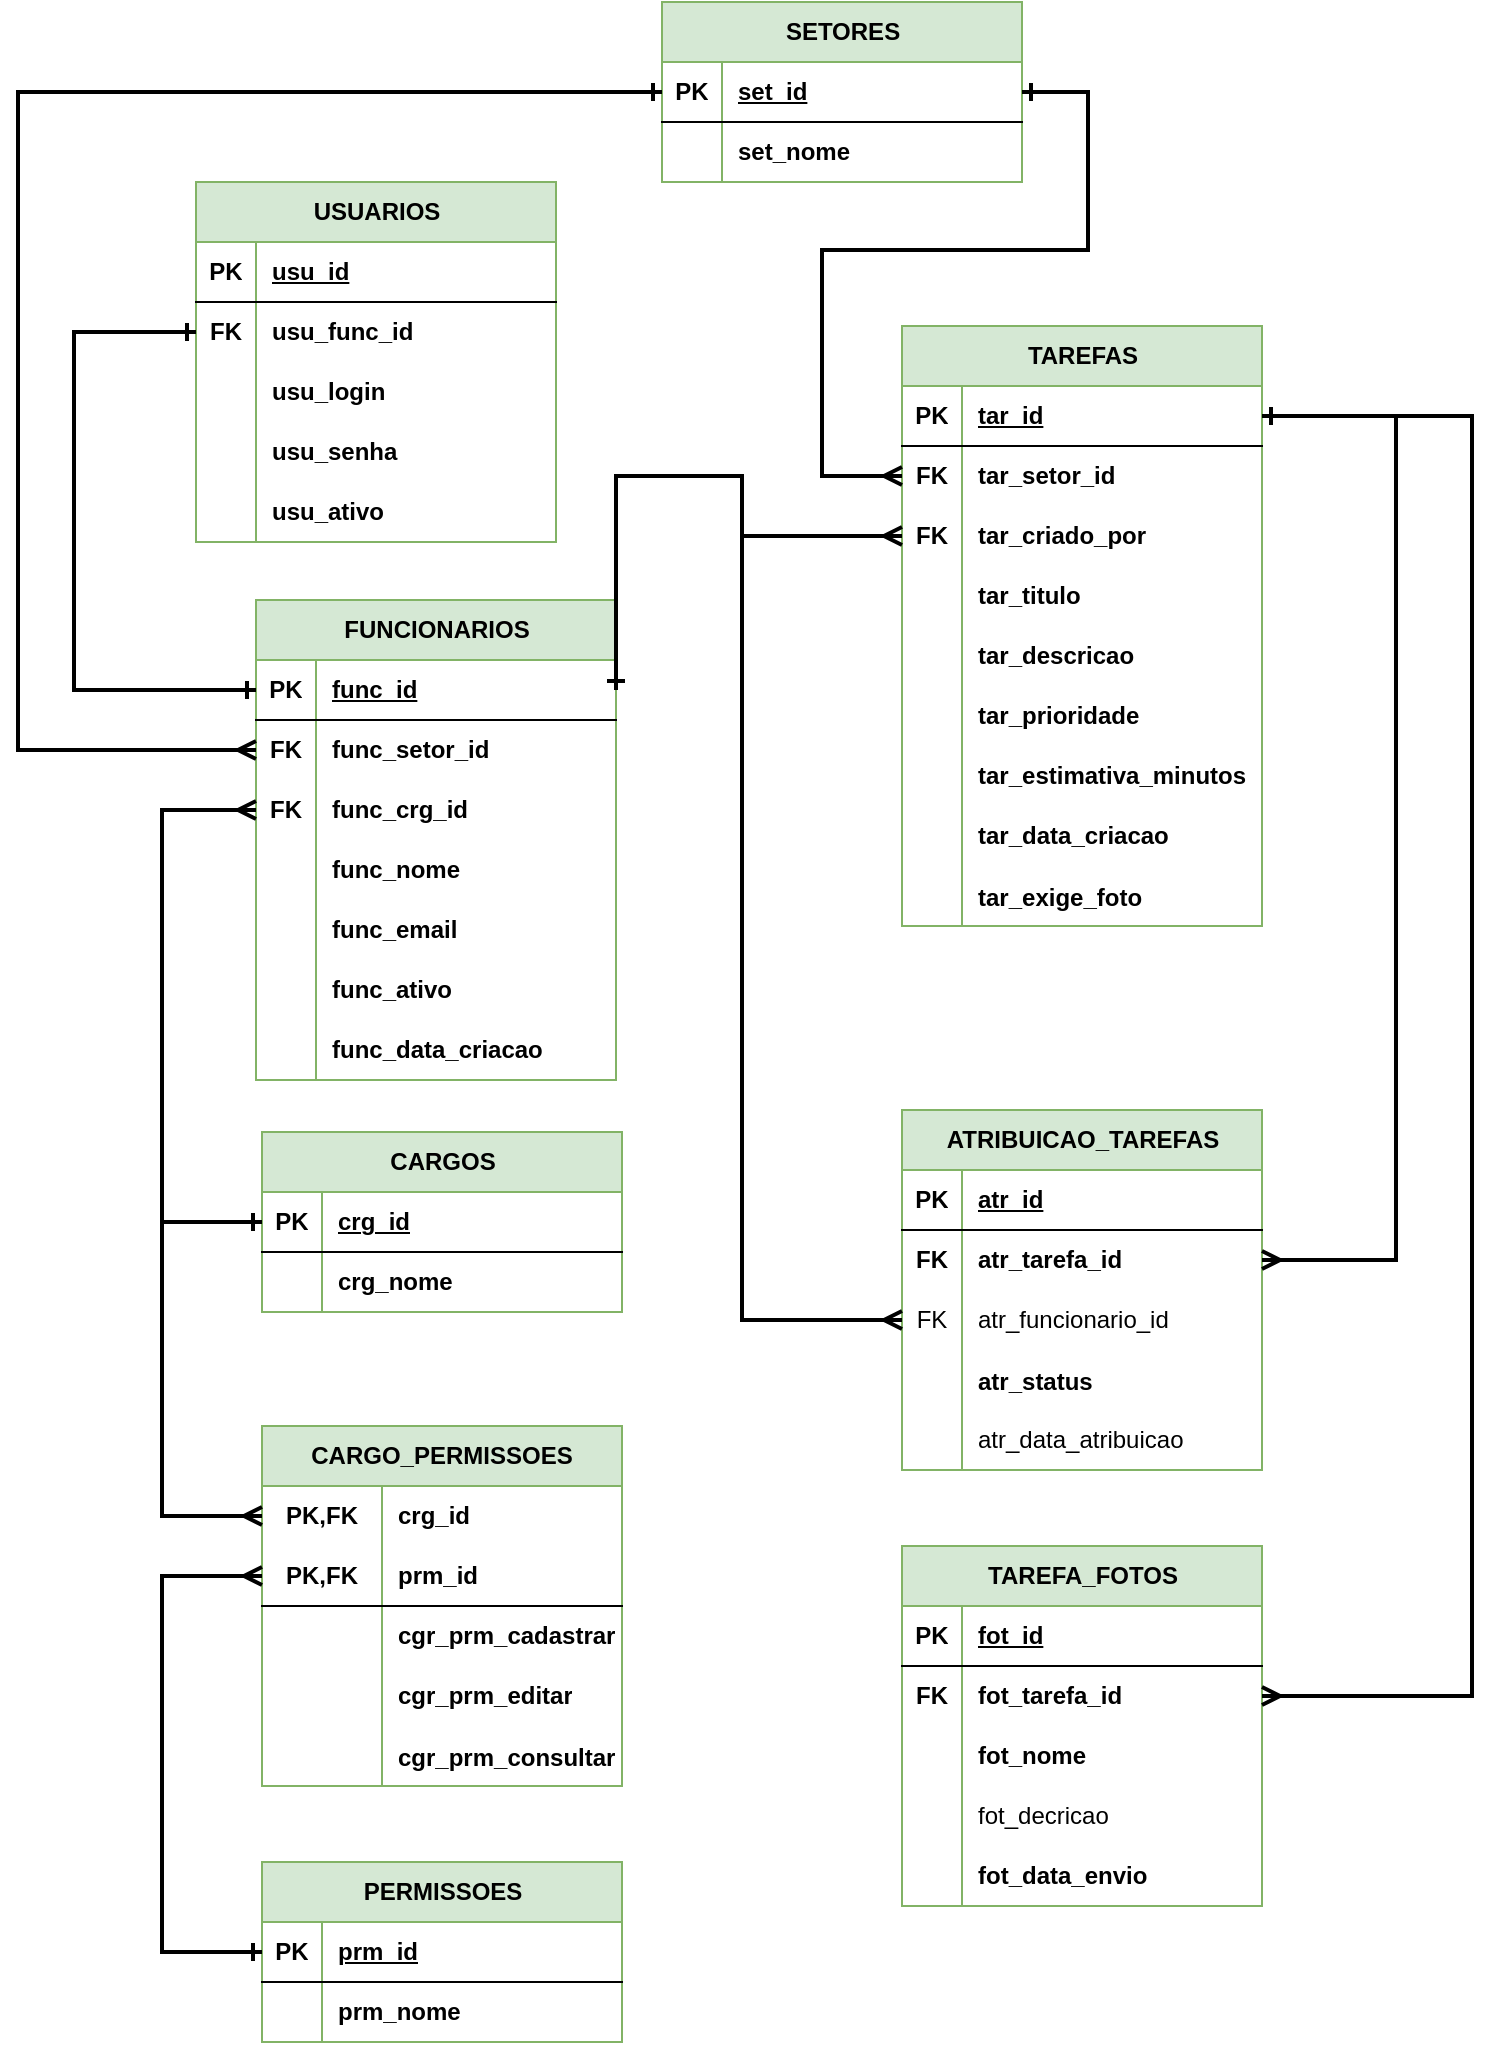
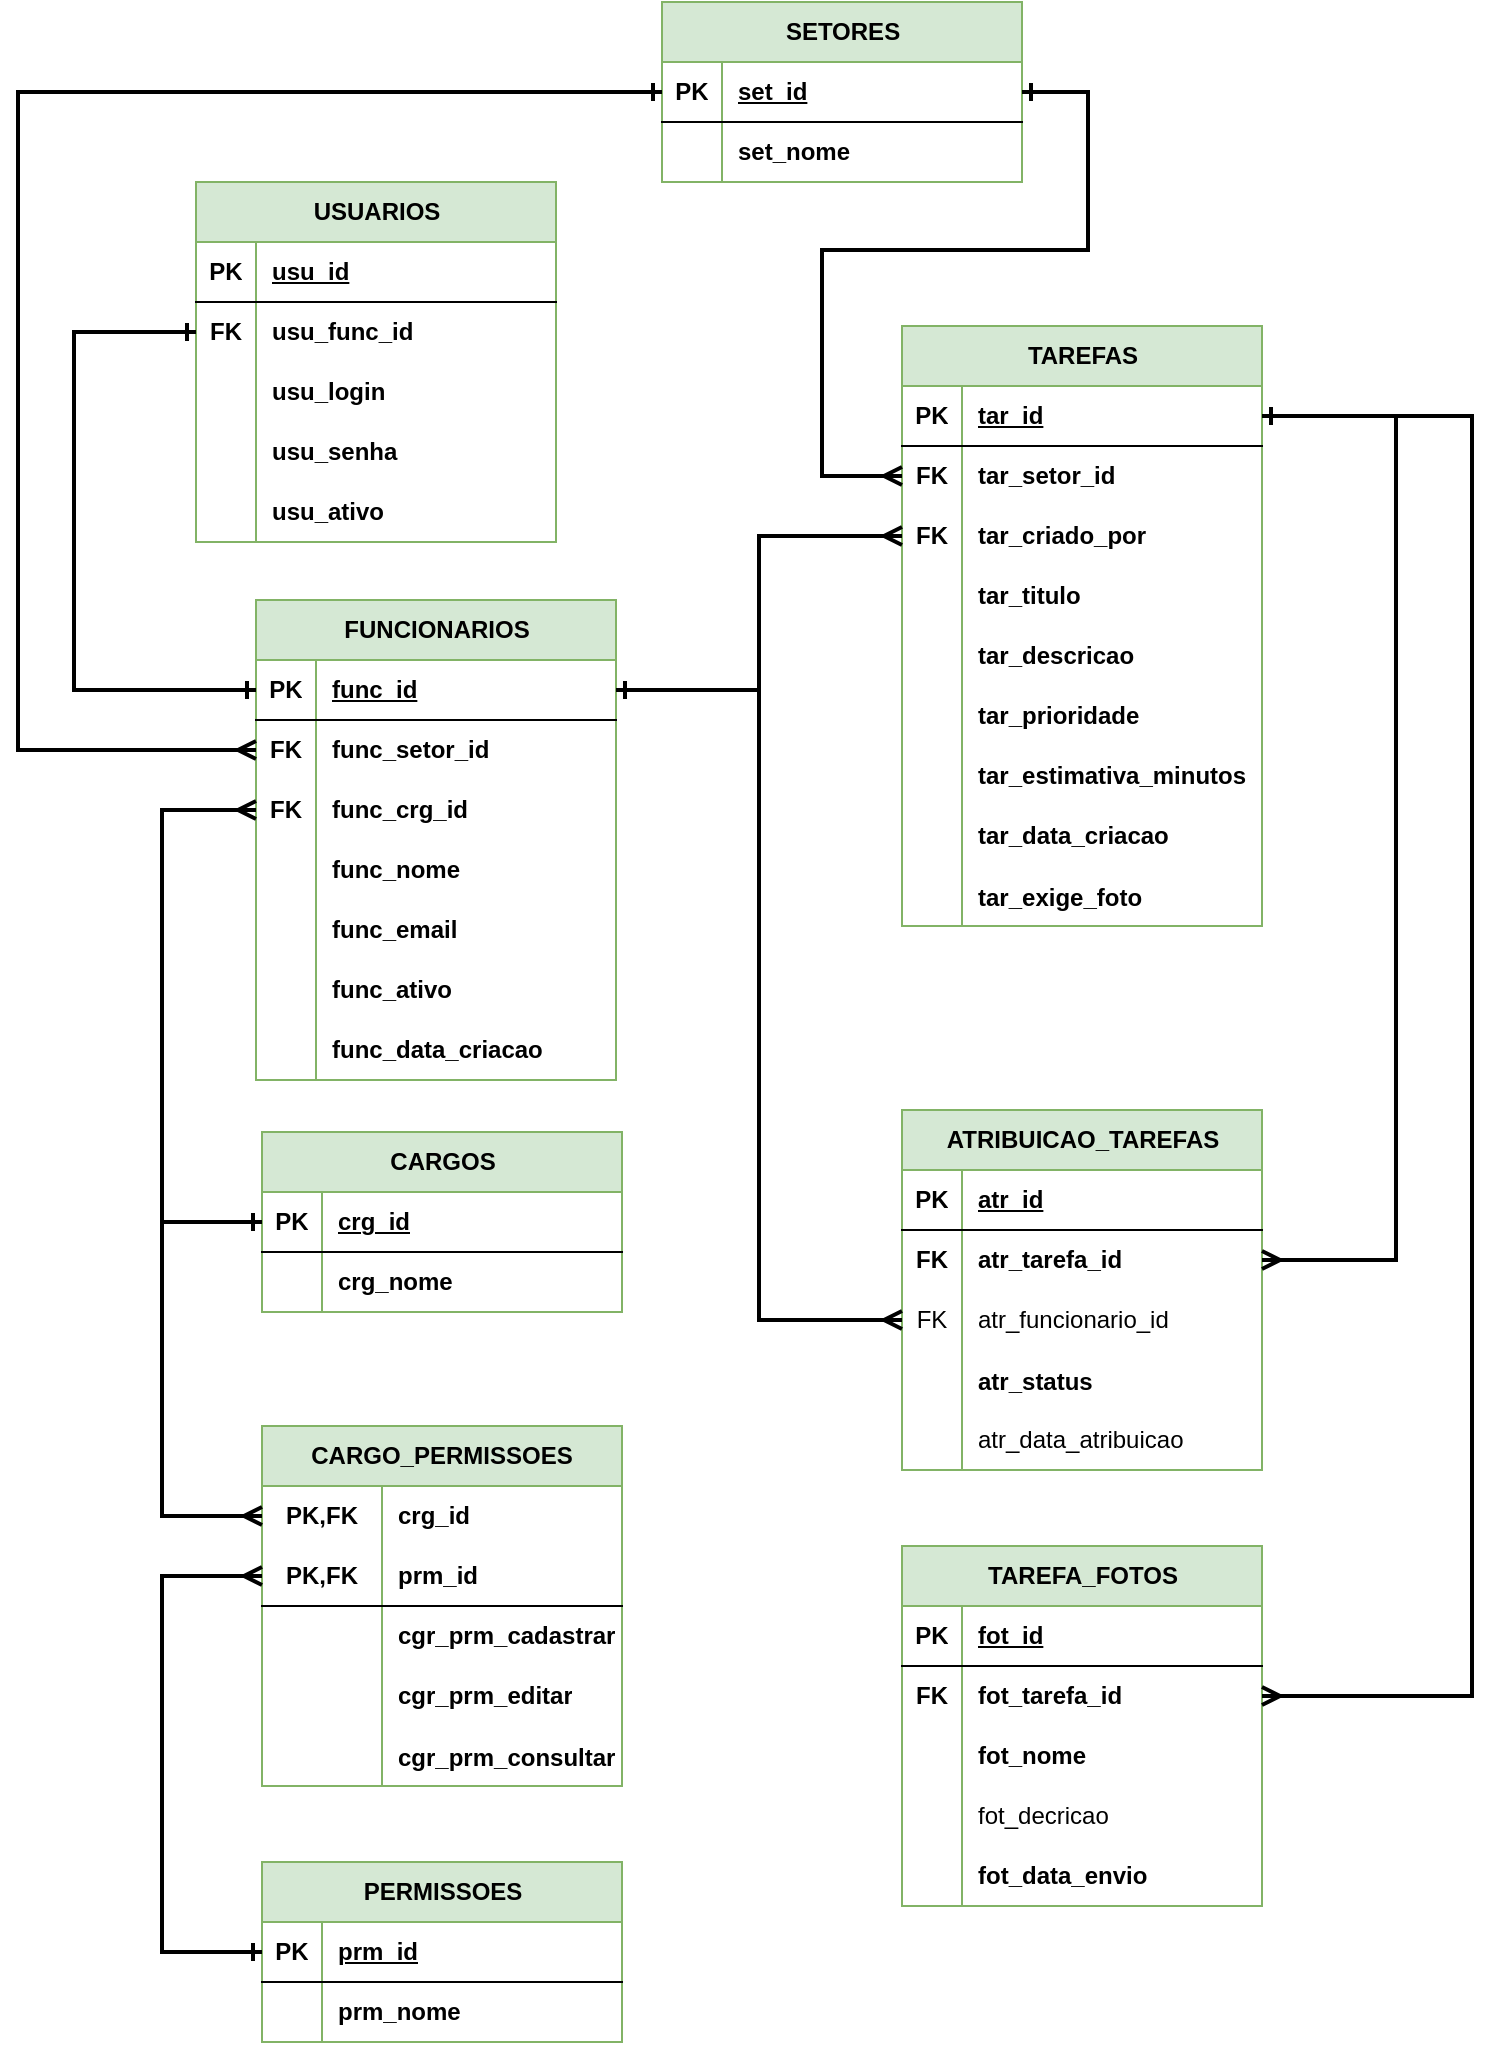
<mxfile host="app.diagrams.net" agent="Mozilla/5.0 (Windows NT 10.0; Win64; x64) AppleWebKit/537.36 (KHTML, like Gecko) Chrome/141.0.0.0 Safari/537.36">
  <diagram name="Page-1" id="tdLFEsNiTY2N0Qm3u20K">
    <mxGraphModel dx="1178" dy="1719" grid="0" gridSize="10" guides="1" tooltips="1" connect="1" arrows="1" fold="1" page="1" pageScale="1" pageWidth="850" pageHeight="1100" math="0" shadow="0">
      <root>
        <mxCell id="0" />
        <mxCell id="1" parent="0" />
        <mxCell id="zndUY75Ssu5RbvIsFqk3-79" parent="1" style="shape=table;startSize=30;container=1;collapsible=1;childLayout=tableLayout;fixedRows=1;rowLines=0;fontStyle=1;align=center;resizeLast=1;html=1;fillColor=#d5e8d4;strokeColor=#82b366;" value="FUNCIONARIOS" vertex="1">
          <mxGeometry height="240" width="180" x="132" y="-763" as="geometry" />
        </mxCell>
        <mxCell id="zndUY75Ssu5RbvIsFqk3-80" parent="zndUY75Ssu5RbvIsFqk3-79" style="shape=tableRow;horizontal=0;startSize=0;swimlaneHead=0;swimlaneBody=0;fillColor=none;collapsible=0;dropTarget=0;points=[[0,0.5],[1,0.5]];portConstraint=eastwest;top=0;left=0;right=0;bottom=1;" value="" vertex="1">
          <mxGeometry height="30" width="180" y="30" as="geometry" />
        </mxCell>
        <mxCell id="zndUY75Ssu5RbvIsFqk3-81" parent="zndUY75Ssu5RbvIsFqk3-80" style="shape=partialRectangle;connectable=0;fillColor=none;top=0;left=0;bottom=0;right=0;fontStyle=1;overflow=hidden;whiteSpace=wrap;html=1;" value="PK" vertex="1">
          <mxGeometry height="30" width="30" as="geometry">
            <mxRectangle height="30" width="30" as="alternateBounds" />
          </mxGeometry>
        </mxCell>
        <mxCell id="zndUY75Ssu5RbvIsFqk3-82" parent="zndUY75Ssu5RbvIsFqk3-80" style="shape=partialRectangle;connectable=0;fillColor=none;top=0;left=0;bottom=0;right=0;align=left;spacingLeft=6;fontStyle=5;overflow=hidden;whiteSpace=wrap;html=1;" value="func_id" vertex="1">
          <mxGeometry height="30" width="150" x="30" as="geometry">
            <mxRectangle height="30" width="150" as="alternateBounds" />
          </mxGeometry>
        </mxCell>
        <mxCell id="zndUY75Ssu5RbvIsFqk3-83" parent="zndUY75Ssu5RbvIsFqk3-79" style="shape=tableRow;horizontal=0;startSize=0;swimlaneHead=0;swimlaneBody=0;fillColor=none;collapsible=0;dropTarget=0;points=[[0,0.5],[1,0.5]];portConstraint=eastwest;top=0;left=0;right=0;bottom=0;" value="" vertex="1">
          <mxGeometry height="30" width="180" y="60" as="geometry" />
        </mxCell>
        <mxCell id="zndUY75Ssu5RbvIsFqk3-84" parent="zndUY75Ssu5RbvIsFqk3-83" style="shape=partialRectangle;connectable=0;fillColor=none;top=0;left=0;bottom=0;right=0;editable=1;overflow=hidden;whiteSpace=wrap;html=1;" value="&lt;b&gt;FK&lt;/b&gt;" vertex="1">
          <mxGeometry height="30" width="30" as="geometry">
            <mxRectangle height="30" width="30" as="alternateBounds" />
          </mxGeometry>
        </mxCell>
        <mxCell id="zndUY75Ssu5RbvIsFqk3-85" parent="zndUY75Ssu5RbvIsFqk3-83" style="shape=partialRectangle;connectable=0;fillColor=none;top=0;left=0;bottom=0;right=0;align=left;spacingLeft=6;overflow=hidden;whiteSpace=wrap;html=1;" value="&lt;b&gt;func_setor_id&lt;/b&gt;" vertex="1">
          <mxGeometry height="30" width="150" x="30" as="geometry">
            <mxRectangle height="30" width="150" as="alternateBounds" />
          </mxGeometry>
        </mxCell>
        <mxCell id="zndUY75Ssu5RbvIsFqk3-86" parent="zndUY75Ssu5RbvIsFqk3-79" style="shape=tableRow;horizontal=0;startSize=0;swimlaneHead=0;swimlaneBody=0;fillColor=none;collapsible=0;dropTarget=0;points=[[0,0.5],[1,0.5]];portConstraint=eastwest;top=0;left=0;right=0;bottom=0;" value="" vertex="1">
          <mxGeometry height="30" width="180" y="90" as="geometry" />
        </mxCell>
        <mxCell id="zndUY75Ssu5RbvIsFqk3-87" parent="zndUY75Ssu5RbvIsFqk3-86" style="shape=partialRectangle;connectable=0;fillColor=none;top=0;left=0;bottom=0;right=0;editable=1;overflow=hidden;whiteSpace=wrap;html=1;" value="&lt;b&gt;FK&lt;/b&gt;" vertex="1">
          <mxGeometry height="30" width="30" as="geometry">
            <mxRectangle height="30" width="30" as="alternateBounds" />
          </mxGeometry>
        </mxCell>
        <mxCell id="zndUY75Ssu5RbvIsFqk3-88" parent="zndUY75Ssu5RbvIsFqk3-86" style="shape=partialRectangle;connectable=0;fillColor=none;top=0;left=0;bottom=0;right=0;align=left;spacingLeft=6;overflow=hidden;whiteSpace=wrap;html=1;" value="&lt;b&gt;func_crg_id&lt;/b&gt;" vertex="1">
          <mxGeometry height="30" width="150" x="30" as="geometry">
            <mxRectangle height="30" width="150" as="alternateBounds" />
          </mxGeometry>
        </mxCell>
        <mxCell id="zndUY75Ssu5RbvIsFqk3-89" parent="zndUY75Ssu5RbvIsFqk3-79" style="shape=tableRow;horizontal=0;startSize=0;swimlaneHead=0;swimlaneBody=0;fillColor=none;collapsible=0;dropTarget=0;points=[[0,0.5],[1,0.5]];portConstraint=eastwest;top=0;left=0;right=0;bottom=0;" value="" vertex="1">
          <mxGeometry height="30" width="180" y="120" as="geometry" />
        </mxCell>
        <mxCell id="zndUY75Ssu5RbvIsFqk3-90" parent="zndUY75Ssu5RbvIsFqk3-89" style="shape=partialRectangle;connectable=0;fillColor=none;top=0;left=0;bottom=0;right=0;editable=1;overflow=hidden;whiteSpace=wrap;html=1;" value="" vertex="1">
          <mxGeometry height="30" width="30" as="geometry">
            <mxRectangle height="30" width="30" as="alternateBounds" />
          </mxGeometry>
        </mxCell>
        <mxCell id="zndUY75Ssu5RbvIsFqk3-91" parent="zndUY75Ssu5RbvIsFqk3-89" style="shape=partialRectangle;connectable=0;fillColor=none;top=0;left=0;bottom=0;right=0;align=left;spacingLeft=6;overflow=hidden;whiteSpace=wrap;html=1;" value="&lt;b&gt;func_nome&lt;/b&gt;" vertex="1">
          <mxGeometry height="30" width="150" x="30" as="geometry">
            <mxRectangle height="30" width="150" as="alternateBounds" />
          </mxGeometry>
        </mxCell>
        <mxCell id="zndUY75Ssu5RbvIsFqk3-101" parent="zndUY75Ssu5RbvIsFqk3-79" style="shape=tableRow;horizontal=0;startSize=0;swimlaneHead=0;swimlaneBody=0;fillColor=none;collapsible=0;dropTarget=0;points=[[0,0.5],[1,0.5]];portConstraint=eastwest;top=0;left=0;right=0;bottom=0;" vertex="1">
          <mxGeometry height="30" width="180" y="150" as="geometry" />
        </mxCell>
        <mxCell id="zndUY75Ssu5RbvIsFqk3-102" parent="zndUY75Ssu5RbvIsFqk3-101" style="shape=partialRectangle;connectable=0;fillColor=none;top=0;left=0;bottom=0;right=0;editable=1;overflow=hidden;whiteSpace=wrap;html=1;" vertex="1">
          <mxGeometry height="30" width="30" as="geometry">
            <mxRectangle height="30" width="30" as="alternateBounds" />
          </mxGeometry>
        </mxCell>
        <mxCell id="zndUY75Ssu5RbvIsFqk3-103" parent="zndUY75Ssu5RbvIsFqk3-101" style="shape=partialRectangle;connectable=0;fillColor=none;top=0;left=0;bottom=0;right=0;align=left;spacingLeft=6;overflow=hidden;whiteSpace=wrap;html=1;" value="&lt;b&gt;func_email&lt;/b&gt;" vertex="1">
          <mxGeometry height="30" width="150" x="30" as="geometry">
            <mxRectangle height="30" width="150" as="alternateBounds" />
          </mxGeometry>
        </mxCell>
        <mxCell id="zndUY75Ssu5RbvIsFqk3-110" parent="zndUY75Ssu5RbvIsFqk3-79" style="shape=tableRow;horizontal=0;startSize=0;swimlaneHead=0;swimlaneBody=0;fillColor=none;collapsible=0;dropTarget=0;points=[[0,0.5],[1,0.5]];portConstraint=eastwest;top=0;left=0;right=0;bottom=0;" vertex="1">
          <mxGeometry height="30" width="180" y="180" as="geometry" />
        </mxCell>
        <mxCell id="zndUY75Ssu5RbvIsFqk3-111" parent="zndUY75Ssu5RbvIsFqk3-110" style="shape=partialRectangle;connectable=0;fillColor=none;top=0;left=0;bottom=0;right=0;editable=1;overflow=hidden;whiteSpace=wrap;html=1;" vertex="1">
          <mxGeometry height="30" width="30" as="geometry">
            <mxRectangle height="30" width="30" as="alternateBounds" />
          </mxGeometry>
        </mxCell>
        <mxCell id="zndUY75Ssu5RbvIsFqk3-112" parent="zndUY75Ssu5RbvIsFqk3-110" style="shape=partialRectangle;connectable=0;fillColor=none;top=0;left=0;bottom=0;right=0;align=left;spacingLeft=6;overflow=hidden;whiteSpace=wrap;html=1;" value="&lt;b&gt;func_ativo&lt;/b&gt;" vertex="1">
          <mxGeometry height="30" width="150" x="30" as="geometry">
            <mxRectangle height="30" width="150" as="alternateBounds" />
          </mxGeometry>
        </mxCell>
        <mxCell id="zndUY75Ssu5RbvIsFqk3-113" parent="zndUY75Ssu5RbvIsFqk3-79" style="shape=tableRow;horizontal=0;startSize=0;swimlaneHead=0;swimlaneBody=0;fillColor=none;collapsible=0;dropTarget=0;points=[[0,0.5],[1,0.5]];portConstraint=eastwest;top=0;left=0;right=0;bottom=0;" vertex="1">
          <mxGeometry height="30" width="180" y="210" as="geometry" />
        </mxCell>
        <mxCell id="zndUY75Ssu5RbvIsFqk3-114" parent="zndUY75Ssu5RbvIsFqk3-113" style="shape=partialRectangle;connectable=0;fillColor=none;top=0;left=0;bottom=0;right=0;editable=1;overflow=hidden;whiteSpace=wrap;html=1;" vertex="1">
          <mxGeometry height="30" width="30" as="geometry">
            <mxRectangle height="30" width="30" as="alternateBounds" />
          </mxGeometry>
        </mxCell>
        <mxCell id="zndUY75Ssu5RbvIsFqk3-115" parent="zndUY75Ssu5RbvIsFqk3-113" style="shape=partialRectangle;connectable=0;fillColor=none;top=0;left=0;bottom=0;right=0;align=left;spacingLeft=6;overflow=hidden;whiteSpace=wrap;html=1;" value="&lt;b&gt;func_data_criacao&lt;/b&gt;" vertex="1">
          <mxGeometry height="30" width="150" x="30" as="geometry">
            <mxRectangle height="30" width="150" as="alternateBounds" />
          </mxGeometry>
        </mxCell>
        <mxCell id="zndUY75Ssu5RbvIsFqk3-116" parent="1" style="shape=table;startSize=30;container=1;collapsible=1;childLayout=tableLayout;fixedRows=1;rowLines=0;fontStyle=1;align=center;resizeLast=1;html=1;fillColor=#d5e8d4;strokeColor=#82b366;" value="CARGOS" vertex="1">
          <mxGeometry height="90" width="180" x="135" y="-497" as="geometry" />
        </mxCell>
        <mxCell id="zndUY75Ssu5RbvIsFqk3-117" parent="zndUY75Ssu5RbvIsFqk3-116" style="shape=tableRow;horizontal=0;startSize=0;swimlaneHead=0;swimlaneBody=0;fillColor=none;collapsible=0;dropTarget=0;points=[[0,0.5],[1,0.5]];portConstraint=eastwest;top=0;left=0;right=0;bottom=1;" value="" vertex="1">
          <mxGeometry height="30" width="180" y="30" as="geometry" />
        </mxCell>
        <mxCell id="zndUY75Ssu5RbvIsFqk3-118" parent="zndUY75Ssu5RbvIsFqk3-117" style="shape=partialRectangle;connectable=0;fillColor=none;top=0;left=0;bottom=0;right=0;fontStyle=1;overflow=hidden;whiteSpace=wrap;html=1;" value="PK" vertex="1">
          <mxGeometry height="30" width="30" as="geometry">
            <mxRectangle height="30" width="30" as="alternateBounds" />
          </mxGeometry>
        </mxCell>
        <mxCell id="zndUY75Ssu5RbvIsFqk3-119" parent="zndUY75Ssu5RbvIsFqk3-117" style="shape=partialRectangle;connectable=0;fillColor=none;top=0;left=0;bottom=0;right=0;align=left;spacingLeft=6;fontStyle=5;overflow=hidden;whiteSpace=wrap;html=1;" value="crg_id" vertex="1">
          <mxGeometry height="30" width="150" x="30" as="geometry">
            <mxRectangle height="30" width="150" as="alternateBounds" />
          </mxGeometry>
        </mxCell>
        <mxCell id="zndUY75Ssu5RbvIsFqk3-120" parent="zndUY75Ssu5RbvIsFqk3-116" style="shape=tableRow;horizontal=0;startSize=0;swimlaneHead=0;swimlaneBody=0;fillColor=none;collapsible=0;dropTarget=0;points=[[0,0.5],[1,0.5]];portConstraint=eastwest;top=0;left=0;right=0;bottom=0;" value="" vertex="1">
          <mxGeometry height="30" width="180" y="60" as="geometry" />
        </mxCell>
        <mxCell id="zndUY75Ssu5RbvIsFqk3-121" parent="zndUY75Ssu5RbvIsFqk3-120" style="shape=partialRectangle;connectable=0;fillColor=none;top=0;left=0;bottom=0;right=0;editable=1;overflow=hidden;whiteSpace=wrap;html=1;" value="" vertex="1">
          <mxGeometry height="30" width="30" as="geometry">
            <mxRectangle height="30" width="30" as="alternateBounds" />
          </mxGeometry>
        </mxCell>
        <mxCell id="zndUY75Ssu5RbvIsFqk3-122" parent="zndUY75Ssu5RbvIsFqk3-120" style="shape=partialRectangle;connectable=0;fillColor=none;top=0;left=0;bottom=0;right=0;align=left;spacingLeft=6;overflow=hidden;whiteSpace=wrap;html=1;" value="&lt;span style=&quot;font-weight: 700;&quot;&gt;crg_nome&lt;/span&gt;" vertex="1">
          <mxGeometry height="30" width="150" x="30" as="geometry">
            <mxRectangle height="30" width="150" as="alternateBounds" />
          </mxGeometry>
        </mxCell>
        <mxCell id="zndUY75Ssu5RbvIsFqk3-129" parent="1" style="shape=table;startSize=30;container=1;collapsible=1;childLayout=tableLayout;fixedRows=1;rowLines=0;fontStyle=1;align=center;resizeLast=1;html=1;fillColor=#d5e8d4;strokeColor=#82b366;" value="SETORES" vertex="1">
          <mxGeometry height="90" width="180" x="335" y="-1062" as="geometry" />
        </mxCell>
        <mxCell id="zndUY75Ssu5RbvIsFqk3-130" parent="zndUY75Ssu5RbvIsFqk3-129" style="shape=tableRow;horizontal=0;startSize=0;swimlaneHead=0;swimlaneBody=0;fillColor=none;collapsible=0;dropTarget=0;points=[[0,0.5],[1,0.5]];portConstraint=eastwest;top=0;left=0;right=0;bottom=1;" value="" vertex="1">
          <mxGeometry height="30" width="180" y="30" as="geometry" />
        </mxCell>
        <mxCell id="zndUY75Ssu5RbvIsFqk3-131" parent="zndUY75Ssu5RbvIsFqk3-130" style="shape=partialRectangle;connectable=0;fillColor=none;top=0;left=0;bottom=0;right=0;fontStyle=1;overflow=hidden;whiteSpace=wrap;html=1;" value="PK" vertex="1">
          <mxGeometry height="30" width="30" as="geometry">
            <mxRectangle height="30" width="30" as="alternateBounds" />
          </mxGeometry>
        </mxCell>
        <mxCell id="zndUY75Ssu5RbvIsFqk3-132" parent="zndUY75Ssu5RbvIsFqk3-130" style="shape=partialRectangle;connectable=0;fillColor=none;top=0;left=0;bottom=0;right=0;align=left;spacingLeft=6;fontStyle=5;overflow=hidden;whiteSpace=wrap;html=1;" value="set_id" vertex="1">
          <mxGeometry height="30" width="150" x="30" as="geometry">
            <mxRectangle height="30" width="150" as="alternateBounds" />
          </mxGeometry>
        </mxCell>
        <mxCell id="zndUY75Ssu5RbvIsFqk3-133" parent="zndUY75Ssu5RbvIsFqk3-129" style="shape=tableRow;horizontal=0;startSize=0;swimlaneHead=0;swimlaneBody=0;fillColor=none;collapsible=0;dropTarget=0;points=[[0,0.5],[1,0.5]];portConstraint=eastwest;top=0;left=0;right=0;bottom=0;" value="" vertex="1">
          <mxGeometry height="30" width="180" y="60" as="geometry" />
        </mxCell>
        <mxCell id="zndUY75Ssu5RbvIsFqk3-134" parent="zndUY75Ssu5RbvIsFqk3-133" style="shape=partialRectangle;connectable=0;fillColor=none;top=0;left=0;bottom=0;right=0;editable=1;overflow=hidden;whiteSpace=wrap;html=1;" value="" vertex="1">
          <mxGeometry height="30" width="30" as="geometry">
            <mxRectangle height="30" width="30" as="alternateBounds" />
          </mxGeometry>
        </mxCell>
        <mxCell id="zndUY75Ssu5RbvIsFqk3-135" parent="zndUY75Ssu5RbvIsFqk3-133" style="shape=partialRectangle;connectable=0;fillColor=none;top=0;left=0;bottom=0;right=0;align=left;spacingLeft=6;overflow=hidden;whiteSpace=wrap;html=1;" value="&lt;span style=&quot;font-weight: 700;&quot;&gt;set_nome&lt;/span&gt;" vertex="1">
          <mxGeometry height="30" width="150" x="30" as="geometry">
            <mxRectangle height="30" width="150" as="alternateBounds" />
          </mxGeometry>
        </mxCell>
        <mxCell id="zndUY75Ssu5RbvIsFqk3-142" parent="1" style="shape=table;startSize=30;container=1;collapsible=1;childLayout=tableLayout;fixedRows=1;rowLines=0;fontStyle=1;align=center;resizeLast=1;html=1;fillColor=#d5e8d4;strokeColor=#82b366;" value="TAREFAS" vertex="1">
          <mxGeometry height="300" width="180" x="455" y="-900" as="geometry" />
        </mxCell>
        <mxCell id="zndUY75Ssu5RbvIsFqk3-143" parent="zndUY75Ssu5RbvIsFqk3-142" style="shape=tableRow;horizontal=0;startSize=0;swimlaneHead=0;swimlaneBody=0;fillColor=none;collapsible=0;dropTarget=0;points=[[0,0.5],[1,0.5]];portConstraint=eastwest;top=0;left=0;right=0;bottom=1;" value="" vertex="1">
          <mxGeometry height="30" width="180" y="30" as="geometry" />
        </mxCell>
        <mxCell id="zndUY75Ssu5RbvIsFqk3-144" parent="zndUY75Ssu5RbvIsFqk3-143" style="shape=partialRectangle;connectable=0;fillColor=none;top=0;left=0;bottom=0;right=0;fontStyle=1;overflow=hidden;whiteSpace=wrap;html=1;" value="PK" vertex="1">
          <mxGeometry height="30" width="30" as="geometry">
            <mxRectangle height="30" width="30" as="alternateBounds" />
          </mxGeometry>
        </mxCell>
        <mxCell id="zndUY75Ssu5RbvIsFqk3-145" parent="zndUY75Ssu5RbvIsFqk3-143" style="shape=partialRectangle;connectable=0;fillColor=none;top=0;left=0;bottom=0;right=0;align=left;spacingLeft=6;fontStyle=5;overflow=hidden;whiteSpace=wrap;html=1;" value="tar_id" vertex="1">
          <mxGeometry height="30" width="150" x="30" as="geometry">
            <mxRectangle height="30" width="150" as="alternateBounds" />
          </mxGeometry>
        </mxCell>
        <mxCell id="zndUY75Ssu5RbvIsFqk3-146" parent="zndUY75Ssu5RbvIsFqk3-142" style="shape=tableRow;horizontal=0;startSize=0;swimlaneHead=0;swimlaneBody=0;fillColor=none;collapsible=0;dropTarget=0;points=[[0,0.5],[1,0.5]];portConstraint=eastwest;top=0;left=0;right=0;bottom=0;" value="" vertex="1">
          <mxGeometry height="30" width="180" y="60" as="geometry" />
        </mxCell>
        <mxCell id="zndUY75Ssu5RbvIsFqk3-147" parent="zndUY75Ssu5RbvIsFqk3-146" style="shape=partialRectangle;connectable=0;fillColor=none;top=0;left=0;bottom=0;right=0;editable=1;overflow=hidden;whiteSpace=wrap;html=1;" value="&lt;b&gt;FK&lt;/b&gt;" vertex="1">
          <mxGeometry height="30" width="30" as="geometry">
            <mxRectangle height="30" width="30" as="alternateBounds" />
          </mxGeometry>
        </mxCell>
        <mxCell id="zndUY75Ssu5RbvIsFqk3-148" parent="zndUY75Ssu5RbvIsFqk3-146" style="shape=partialRectangle;connectable=0;fillColor=none;top=0;left=0;bottom=0;right=0;align=left;spacingLeft=6;overflow=hidden;whiteSpace=wrap;html=1;" value="&lt;b&gt;tar_setor_id&lt;/b&gt;" vertex="1">
          <mxGeometry height="30" width="150" x="30" as="geometry">
            <mxRectangle height="30" width="150" as="alternateBounds" />
          </mxGeometry>
        </mxCell>
        <mxCell id="zndUY75Ssu5RbvIsFqk3-149" parent="zndUY75Ssu5RbvIsFqk3-142" style="shape=tableRow;horizontal=0;startSize=0;swimlaneHead=0;swimlaneBody=0;fillColor=none;collapsible=0;dropTarget=0;points=[[0,0.5],[1,0.5]];portConstraint=eastwest;top=0;left=0;right=0;bottom=0;" value="" vertex="1">
          <mxGeometry height="30" width="180" y="90" as="geometry" />
        </mxCell>
        <mxCell id="zndUY75Ssu5RbvIsFqk3-150" parent="zndUY75Ssu5RbvIsFqk3-149" style="shape=partialRectangle;connectable=0;fillColor=none;top=0;left=0;bottom=0;right=0;editable=1;overflow=hidden;whiteSpace=wrap;html=1;" value="&lt;b&gt;FK&lt;/b&gt;" vertex="1">
          <mxGeometry height="30" width="30" as="geometry">
            <mxRectangle height="30" width="30" as="alternateBounds" />
          </mxGeometry>
        </mxCell>
        <mxCell id="zndUY75Ssu5RbvIsFqk3-151" parent="zndUY75Ssu5RbvIsFqk3-149" style="shape=partialRectangle;connectable=0;fillColor=none;top=0;left=0;bottom=0;right=0;align=left;spacingLeft=6;overflow=hidden;whiteSpace=wrap;html=1;" value="&lt;b&gt;tar_criado_por&lt;/b&gt;" vertex="1">
          <mxGeometry height="30" width="150" x="30" as="geometry">
            <mxRectangle height="30" width="150" as="alternateBounds" />
          </mxGeometry>
        </mxCell>
        <mxCell id="zndUY75Ssu5RbvIsFqk3-152" parent="zndUY75Ssu5RbvIsFqk3-142" style="shape=tableRow;horizontal=0;startSize=0;swimlaneHead=0;swimlaneBody=0;fillColor=none;collapsible=0;dropTarget=0;points=[[0,0.5],[1,0.5]];portConstraint=eastwest;top=0;left=0;right=0;bottom=0;" value="" vertex="1">
          <mxGeometry height="30" width="180" y="120" as="geometry" />
        </mxCell>
        <mxCell id="zndUY75Ssu5RbvIsFqk3-153" parent="zndUY75Ssu5RbvIsFqk3-152" style="shape=partialRectangle;connectable=0;fillColor=none;top=0;left=0;bottom=0;right=0;editable=1;overflow=hidden;whiteSpace=wrap;html=1;" value="" vertex="1">
          <mxGeometry height="30" width="30" as="geometry">
            <mxRectangle height="30" width="30" as="alternateBounds" />
          </mxGeometry>
        </mxCell>
        <mxCell id="zndUY75Ssu5RbvIsFqk3-154" parent="zndUY75Ssu5RbvIsFqk3-152" style="shape=partialRectangle;connectable=0;fillColor=none;top=0;left=0;bottom=0;right=0;align=left;spacingLeft=6;overflow=hidden;whiteSpace=wrap;html=1;" value="&lt;b&gt;tar_titulo&lt;/b&gt;" vertex="1">
          <mxGeometry height="30" width="150" x="30" as="geometry">
            <mxRectangle height="30" width="150" as="alternateBounds" />
          </mxGeometry>
        </mxCell>
        <mxCell id="zndUY75Ssu5RbvIsFqk3-155" parent="zndUY75Ssu5RbvIsFqk3-142" style="shape=tableRow;horizontal=0;startSize=0;swimlaneHead=0;swimlaneBody=0;fillColor=none;collapsible=0;dropTarget=0;points=[[0,0.5],[1,0.5]];portConstraint=eastwest;top=0;left=0;right=0;bottom=0;" vertex="1">
          <mxGeometry height="30" width="180" y="150" as="geometry" />
        </mxCell>
        <mxCell id="zndUY75Ssu5RbvIsFqk3-156" parent="zndUY75Ssu5RbvIsFqk3-155" style="shape=partialRectangle;connectable=0;fillColor=none;top=0;left=0;bottom=0;right=0;editable=1;overflow=hidden;whiteSpace=wrap;html=1;" vertex="1">
          <mxGeometry height="30" width="30" as="geometry">
            <mxRectangle height="30" width="30" as="alternateBounds" />
          </mxGeometry>
        </mxCell>
        <mxCell id="zndUY75Ssu5RbvIsFqk3-157" parent="zndUY75Ssu5RbvIsFqk3-155" style="shape=partialRectangle;connectable=0;fillColor=none;top=0;left=0;bottom=0;right=0;align=left;spacingLeft=6;overflow=hidden;whiteSpace=wrap;html=1;" value="&lt;b&gt;tar_descricao&lt;/b&gt;" vertex="1">
          <mxGeometry height="30" width="150" x="30" as="geometry">
            <mxRectangle height="30" width="150" as="alternateBounds" />
          </mxGeometry>
        </mxCell>
        <mxCell id="zndUY75Ssu5RbvIsFqk3-158" parent="zndUY75Ssu5RbvIsFqk3-142" style="shape=tableRow;horizontal=0;startSize=0;swimlaneHead=0;swimlaneBody=0;fillColor=none;collapsible=0;dropTarget=0;points=[[0,0.5],[1,0.5]];portConstraint=eastwest;top=0;left=0;right=0;bottom=0;" vertex="1">
          <mxGeometry height="30" width="180" y="180" as="geometry" />
        </mxCell>
        <mxCell id="zndUY75Ssu5RbvIsFqk3-159" parent="zndUY75Ssu5RbvIsFqk3-158" style="shape=partialRectangle;connectable=0;fillColor=none;top=0;left=0;bottom=0;right=0;editable=1;overflow=hidden;whiteSpace=wrap;html=1;" vertex="1">
          <mxGeometry height="30" width="30" as="geometry">
            <mxRectangle height="30" width="30" as="alternateBounds" />
          </mxGeometry>
        </mxCell>
        <mxCell id="zndUY75Ssu5RbvIsFqk3-160" parent="zndUY75Ssu5RbvIsFqk3-158" style="shape=partialRectangle;connectable=0;fillColor=none;top=0;left=0;bottom=0;right=0;align=left;spacingLeft=6;overflow=hidden;whiteSpace=wrap;html=1;" value="&lt;b&gt;tar_prioridade&lt;/b&gt;" vertex="1">
          <mxGeometry height="30" width="150" x="30" as="geometry">
            <mxRectangle height="30" width="150" as="alternateBounds" />
          </mxGeometry>
        </mxCell>
        <mxCell id="zndUY75Ssu5RbvIsFqk3-167" parent="zndUY75Ssu5RbvIsFqk3-142" style="shape=tableRow;horizontal=0;startSize=0;swimlaneHead=0;swimlaneBody=0;fillColor=none;collapsible=0;dropTarget=0;points=[[0,0.5],[1,0.5]];portConstraint=eastwest;top=0;left=0;right=0;bottom=0;" vertex="1">
          <mxGeometry height="30" width="180" y="210" as="geometry" />
        </mxCell>
        <mxCell id="zndUY75Ssu5RbvIsFqk3-168" parent="zndUY75Ssu5RbvIsFqk3-167" style="shape=partialRectangle;connectable=0;fillColor=none;top=0;left=0;bottom=0;right=0;editable=1;overflow=hidden;whiteSpace=wrap;html=1;" vertex="1">
          <mxGeometry height="30" width="30" as="geometry">
            <mxRectangle height="30" width="30" as="alternateBounds" />
          </mxGeometry>
        </mxCell>
        <mxCell id="zndUY75Ssu5RbvIsFqk3-169" parent="zndUY75Ssu5RbvIsFqk3-167" style="shape=partialRectangle;connectable=0;fillColor=none;top=0;left=0;bottom=0;right=0;align=left;spacingLeft=6;overflow=hidden;whiteSpace=wrap;html=1;" value="&lt;b&gt;tar_estimativa_minutos&lt;/b&gt;" vertex="1">
          <mxGeometry height="30" width="150" x="30" as="geometry">
            <mxRectangle height="30" width="150" as="alternateBounds" />
          </mxGeometry>
        </mxCell>
        <mxCell id="zndUY75Ssu5RbvIsFqk3-170" parent="zndUY75Ssu5RbvIsFqk3-142" style="shape=tableRow;horizontal=0;startSize=0;swimlaneHead=0;swimlaneBody=0;fillColor=none;collapsible=0;dropTarget=0;points=[[0,0.5],[1,0.5]];portConstraint=eastwest;top=0;left=0;right=0;bottom=0;" vertex="1">
          <mxGeometry height="30" width="180" y="240" as="geometry" />
        </mxCell>
        <mxCell id="zndUY75Ssu5RbvIsFqk3-171" parent="zndUY75Ssu5RbvIsFqk3-170" style="shape=partialRectangle;connectable=0;fillColor=none;top=0;left=0;bottom=0;right=0;editable=1;overflow=hidden;whiteSpace=wrap;html=1;" vertex="1">
          <mxGeometry height="30" width="30" as="geometry">
            <mxRectangle height="30" width="30" as="alternateBounds" />
          </mxGeometry>
        </mxCell>
        <mxCell id="zndUY75Ssu5RbvIsFqk3-172" parent="zndUY75Ssu5RbvIsFqk3-170" style="shape=partialRectangle;connectable=0;fillColor=none;top=0;left=0;bottom=0;right=0;align=left;spacingLeft=6;overflow=hidden;whiteSpace=wrap;html=1;" value="&lt;b&gt;tar_data_criacao&lt;/b&gt;" vertex="1">
          <mxGeometry height="30" width="150" x="30" as="geometry">
            <mxRectangle height="30" width="150" as="alternateBounds" />
          </mxGeometry>
        </mxCell>
        <mxCell id="UdN1vUUqeqcKqOA7NCHN-35" parent="zndUY75Ssu5RbvIsFqk3-142" style="shape=tableRow;horizontal=0;startSize=0;swimlaneHead=0;swimlaneBody=0;fillColor=none;collapsible=0;dropTarget=0;points=[[0,0.5],[1,0.5]];portConstraint=eastwest;top=0;left=0;right=0;bottom=0;" value="" vertex="1">
          <mxGeometry height="30" width="180" y="270" as="geometry" />
        </mxCell>
        <mxCell id="UdN1vUUqeqcKqOA7NCHN-36" parent="UdN1vUUqeqcKqOA7NCHN-35" style="shape=partialRectangle;connectable=0;fillColor=none;top=0;left=0;bottom=0;right=0;editable=1;overflow=hidden;" value="" vertex="1">
          <mxGeometry height="30" width="30" as="geometry">
            <mxRectangle height="30" width="30" as="alternateBounds" />
          </mxGeometry>
        </mxCell>
        <mxCell id="UdN1vUUqeqcKqOA7NCHN-37" parent="UdN1vUUqeqcKqOA7NCHN-35" style="shape=partialRectangle;connectable=0;fillColor=none;top=0;left=0;bottom=0;right=0;align=left;spacingLeft=6;overflow=hidden;fontStyle=1" value="tar_exige_foto" vertex="1">
          <mxGeometry height="30" width="150" x="30" as="geometry">
            <mxRectangle height="30" width="150" as="alternateBounds" />
          </mxGeometry>
        </mxCell>
        <mxCell id="zndUY75Ssu5RbvIsFqk3-173" parent="1" style="shape=table;startSize=30;container=1;collapsible=1;childLayout=tableLayout;fixedRows=1;rowLines=0;fontStyle=1;align=center;resizeLast=1;html=1;fillColor=#d5e8d4;strokeColor=#82b366;" value="ATRIBUICAO_TAREFAS" vertex="1">
          <mxGeometry height="180" width="180" x="455" y="-508" as="geometry" />
        </mxCell>
        <mxCell id="zndUY75Ssu5RbvIsFqk3-174" parent="zndUY75Ssu5RbvIsFqk3-173" style="shape=tableRow;horizontal=0;startSize=0;swimlaneHead=0;swimlaneBody=0;fillColor=none;collapsible=0;dropTarget=0;points=[[0,0.5],[1,0.5]];portConstraint=eastwest;top=0;left=0;right=0;bottom=1;" value="" vertex="1">
          <mxGeometry height="30" width="180" y="30" as="geometry" />
        </mxCell>
        <mxCell id="zndUY75Ssu5RbvIsFqk3-175" parent="zndUY75Ssu5RbvIsFqk3-174" style="shape=partialRectangle;connectable=0;fillColor=none;top=0;left=0;bottom=0;right=0;fontStyle=1;overflow=hidden;whiteSpace=wrap;html=1;" value="PK" vertex="1">
          <mxGeometry height="30" width="30" as="geometry">
            <mxRectangle height="30" width="30" as="alternateBounds" />
          </mxGeometry>
        </mxCell>
        <mxCell id="zndUY75Ssu5RbvIsFqk3-176" parent="zndUY75Ssu5RbvIsFqk3-174" style="shape=partialRectangle;connectable=0;fillColor=none;top=0;left=0;bottom=0;right=0;align=left;spacingLeft=6;fontStyle=5;overflow=hidden;whiteSpace=wrap;html=1;" value="atr_id" vertex="1">
          <mxGeometry height="30" width="150" x="30" as="geometry">
            <mxRectangle height="30" width="150" as="alternateBounds" />
          </mxGeometry>
        </mxCell>
        <mxCell id="zndUY75Ssu5RbvIsFqk3-177" parent="zndUY75Ssu5RbvIsFqk3-173" style="shape=tableRow;horizontal=0;startSize=0;swimlaneHead=0;swimlaneBody=0;fillColor=none;collapsible=0;dropTarget=0;points=[[0,0.5],[1,0.5]];portConstraint=eastwest;top=0;left=0;right=0;bottom=0;" value="" vertex="1">
          <mxGeometry height="30" width="180" y="60" as="geometry" />
        </mxCell>
        <mxCell id="zndUY75Ssu5RbvIsFqk3-178" parent="zndUY75Ssu5RbvIsFqk3-177" style="shape=partialRectangle;connectable=0;fillColor=none;top=0;left=0;bottom=0;right=0;editable=1;overflow=hidden;whiteSpace=wrap;html=1;" value="&lt;b&gt;FK&lt;/b&gt;" vertex="1">
          <mxGeometry height="30" width="30" as="geometry">
            <mxRectangle height="30" width="30" as="alternateBounds" />
          </mxGeometry>
        </mxCell>
        <mxCell id="zndUY75Ssu5RbvIsFqk3-179" parent="zndUY75Ssu5RbvIsFqk3-177" style="shape=partialRectangle;connectable=0;fillColor=none;top=0;left=0;bottom=0;right=0;align=left;spacingLeft=6;overflow=hidden;whiteSpace=wrap;html=1;" value="&lt;b&gt;atr_tarefa_id&lt;/b&gt;" vertex="1">
          <mxGeometry height="30" width="150" x="30" as="geometry">
            <mxRectangle height="30" width="150" as="alternateBounds" />
          </mxGeometry>
        </mxCell>
        <mxCell id="zndUY75Ssu5RbvIsFqk3-180" parent="zndUY75Ssu5RbvIsFqk3-173" style="shape=tableRow;horizontal=0;startSize=0;swimlaneHead=0;swimlaneBody=0;fillColor=none;collapsible=0;dropTarget=0;points=[[0,0.5],[1,0.5]];portConstraint=eastwest;top=0;left=0;right=0;bottom=0;" value="" vertex="1">
          <mxGeometry height="30" width="180" y="90" as="geometry" />
        </mxCell>
        <mxCell id="zndUY75Ssu5RbvIsFqk3-181" parent="zndUY75Ssu5RbvIsFqk3-180" style="shape=partialRectangle;connectable=0;fillColor=none;top=0;left=0;bottom=0;right=0;editable=1;overflow=hidden;whiteSpace=wrap;html=1;" value="FK" vertex="1">
          <mxGeometry height="30" width="30" as="geometry">
            <mxRectangle height="30" width="30" as="alternateBounds" />
          </mxGeometry>
        </mxCell>
        <mxCell id="zndUY75Ssu5RbvIsFqk3-182" parent="zndUY75Ssu5RbvIsFqk3-180" style="shape=partialRectangle;connectable=0;fillColor=none;top=0;left=0;bottom=0;right=0;align=left;spacingLeft=6;overflow=hidden;whiteSpace=wrap;html=1;" value="atr_funcionario_id" vertex="1">
          <mxGeometry height="30" width="150" x="30" as="geometry">
            <mxRectangle height="30" width="150" as="alternateBounds" />
          </mxGeometry>
        </mxCell>
        <mxCell id="7ouYSg8xm-ljg2GhLOAk-1" parent="zndUY75Ssu5RbvIsFqk3-173" style="shape=tableRow;horizontal=0;startSize=0;swimlaneHead=0;swimlaneBody=0;fillColor=none;collapsible=0;dropTarget=0;points=[[0,0.5],[1,0.5]];portConstraint=eastwest;top=0;left=0;right=0;bottom=0;" value="" vertex="1">
          <mxGeometry height="30" width="180" y="120" as="geometry" />
        </mxCell>
        <mxCell id="7ouYSg8xm-ljg2GhLOAk-2" parent="7ouYSg8xm-ljg2GhLOAk-1" style="shape=partialRectangle;connectable=0;fillColor=none;top=0;left=0;bottom=0;right=0;editable=1;overflow=hidden;" value="" vertex="1">
          <mxGeometry height="30" width="30" as="geometry">
            <mxRectangle height="30" width="30" as="alternateBounds" />
          </mxGeometry>
        </mxCell>
        <mxCell id="7ouYSg8xm-ljg2GhLOAk-3" parent="7ouYSg8xm-ljg2GhLOAk-1" style="shape=partialRectangle;connectable=0;fillColor=none;top=0;left=0;bottom=0;right=0;align=left;spacingLeft=6;overflow=hidden;fontStyle=1" value="atr_status" vertex="1">
          <mxGeometry height="30" width="150" x="30" as="geometry">
            <mxRectangle height="30" width="150" as="alternateBounds" />
          </mxGeometry>
        </mxCell>
        <mxCell id="zndUY75Ssu5RbvIsFqk3-186" parent="zndUY75Ssu5RbvIsFqk3-173" style="shape=tableRow;horizontal=0;startSize=0;swimlaneHead=0;swimlaneBody=0;fillColor=none;collapsible=0;dropTarget=0;points=[[0,0.5],[1,0.5]];portConstraint=eastwest;top=0;left=0;right=0;bottom=0;" vertex="1">
          <mxGeometry height="30" width="180" y="150" as="geometry" />
        </mxCell>
        <mxCell id="zndUY75Ssu5RbvIsFqk3-187" parent="zndUY75Ssu5RbvIsFqk3-186" style="shape=partialRectangle;connectable=0;fillColor=none;top=0;left=0;bottom=0;right=0;editable=1;overflow=hidden;whiteSpace=wrap;html=1;" vertex="1">
          <mxGeometry height="30" width="30" as="geometry">
            <mxRectangle height="30" width="30" as="alternateBounds" />
          </mxGeometry>
        </mxCell>
        <mxCell id="zndUY75Ssu5RbvIsFqk3-188" parent="zndUY75Ssu5RbvIsFqk3-186" style="shape=partialRectangle;connectable=0;fillColor=none;top=0;left=0;bottom=0;right=0;align=left;spacingLeft=6;overflow=hidden;whiteSpace=wrap;html=1;" value="atr_data_atribuicao" vertex="1">
          <mxGeometry height="30" width="150" x="30" as="geometry">
            <mxRectangle height="30" width="150" as="alternateBounds" />
          </mxGeometry>
        </mxCell>
        <mxCell id="zndUY75Ssu5RbvIsFqk3-208" parent="1" style="shape=table;startSize=30;container=1;collapsible=1;childLayout=tableLayout;fixedRows=1;rowLines=0;fontStyle=1;align=center;resizeLast=1;html=1;fillColor=#d5e8d4;strokeColor=#82b366;" value="TAREFA_FOTOS" vertex="1">
          <mxGeometry height="180" width="180" x="455" y="-290" as="geometry" />
        </mxCell>
        <mxCell id="zndUY75Ssu5RbvIsFqk3-209" parent="zndUY75Ssu5RbvIsFqk3-208" style="shape=tableRow;horizontal=0;startSize=0;swimlaneHead=0;swimlaneBody=0;fillColor=none;collapsible=0;dropTarget=0;points=[[0,0.5],[1,0.5]];portConstraint=eastwest;top=0;left=0;right=0;bottom=1;" value="" vertex="1">
          <mxGeometry height="30" width="180" y="30" as="geometry" />
        </mxCell>
        <mxCell id="zndUY75Ssu5RbvIsFqk3-210" parent="zndUY75Ssu5RbvIsFqk3-209" style="shape=partialRectangle;connectable=0;fillColor=none;top=0;left=0;bottom=0;right=0;fontStyle=1;overflow=hidden;whiteSpace=wrap;html=1;" value="PK" vertex="1">
          <mxGeometry height="30" width="30" as="geometry">
            <mxRectangle height="30" width="30" as="alternateBounds" />
          </mxGeometry>
        </mxCell>
        <mxCell id="zndUY75Ssu5RbvIsFqk3-211" parent="zndUY75Ssu5RbvIsFqk3-209" style="shape=partialRectangle;connectable=0;fillColor=none;top=0;left=0;bottom=0;right=0;align=left;spacingLeft=6;fontStyle=5;overflow=hidden;whiteSpace=wrap;html=1;" value="fot_id" vertex="1">
          <mxGeometry height="30" width="150" x="30" as="geometry">
            <mxRectangle height="30" width="150" as="alternateBounds" />
          </mxGeometry>
        </mxCell>
        <mxCell id="zndUY75Ssu5RbvIsFqk3-212" parent="zndUY75Ssu5RbvIsFqk3-208" style="shape=tableRow;horizontal=0;startSize=0;swimlaneHead=0;swimlaneBody=0;fillColor=none;collapsible=0;dropTarget=0;points=[[0,0.5],[1,0.5]];portConstraint=eastwest;top=0;left=0;right=0;bottom=0;" value="" vertex="1">
          <mxGeometry height="30" width="180" y="60" as="geometry" />
        </mxCell>
        <mxCell id="zndUY75Ssu5RbvIsFqk3-213" parent="zndUY75Ssu5RbvIsFqk3-212" style="shape=partialRectangle;connectable=0;fillColor=none;top=0;left=0;bottom=0;right=0;editable=1;overflow=hidden;whiteSpace=wrap;html=1;" value="&lt;b&gt;FK&lt;/b&gt;" vertex="1">
          <mxGeometry height="30" width="30" as="geometry">
            <mxRectangle height="30" width="30" as="alternateBounds" />
          </mxGeometry>
        </mxCell>
        <mxCell id="zndUY75Ssu5RbvIsFqk3-214" parent="zndUY75Ssu5RbvIsFqk3-212" style="shape=partialRectangle;connectable=0;fillColor=none;top=0;left=0;bottom=0;right=0;align=left;spacingLeft=6;overflow=hidden;whiteSpace=wrap;html=1;" value="&lt;b&gt;fot_tarefa_id&lt;/b&gt;" vertex="1">
          <mxGeometry height="30" width="150" x="30" as="geometry">
            <mxRectangle height="30" width="150" as="alternateBounds" />
          </mxGeometry>
        </mxCell>
        <mxCell id="zndUY75Ssu5RbvIsFqk3-224" parent="zndUY75Ssu5RbvIsFqk3-208" style="shape=tableRow;horizontal=0;startSize=0;swimlaneHead=0;swimlaneBody=0;fillColor=none;collapsible=0;dropTarget=0;points=[[0,0.5],[1,0.5]];portConstraint=eastwest;top=0;left=0;right=0;bottom=0;" vertex="1">
          <mxGeometry height="30" width="180" y="90" as="geometry" />
        </mxCell>
        <mxCell id="zndUY75Ssu5RbvIsFqk3-225" parent="zndUY75Ssu5RbvIsFqk3-224" style="shape=partialRectangle;connectable=0;fillColor=none;top=0;left=0;bottom=0;right=0;editable=1;overflow=hidden;whiteSpace=wrap;html=1;" vertex="1">
          <mxGeometry height="30" width="30" as="geometry">
            <mxRectangle height="30" width="30" as="alternateBounds" />
          </mxGeometry>
        </mxCell>
        <mxCell id="zndUY75Ssu5RbvIsFqk3-226" parent="zndUY75Ssu5RbvIsFqk3-224" style="shape=partialRectangle;connectable=0;fillColor=none;top=0;left=0;bottom=0;right=0;align=left;spacingLeft=6;overflow=hidden;whiteSpace=wrap;html=1;" value="&lt;b&gt;fot_nome&lt;/b&gt;" vertex="1">
          <mxGeometry height="30" width="150" x="30" as="geometry">
            <mxRectangle height="30" width="150" as="alternateBounds" />
          </mxGeometry>
        </mxCell>
        <mxCell id="zndUY75Ssu5RbvIsFqk3-227" parent="zndUY75Ssu5RbvIsFqk3-208" style="shape=tableRow;horizontal=0;startSize=0;swimlaneHead=0;swimlaneBody=0;fillColor=none;collapsible=0;dropTarget=0;points=[[0,0.5],[1,0.5]];portConstraint=eastwest;top=0;left=0;right=0;bottom=0;" vertex="1">
          <mxGeometry height="30" width="180" y="120" as="geometry" />
        </mxCell>
        <mxCell id="zndUY75Ssu5RbvIsFqk3-228" parent="zndUY75Ssu5RbvIsFqk3-227" style="shape=partialRectangle;connectable=0;fillColor=none;top=0;left=0;bottom=0;right=0;editable=1;overflow=hidden;whiteSpace=wrap;html=1;" vertex="1">
          <mxGeometry height="30" width="30" as="geometry">
            <mxRectangle height="30" width="30" as="alternateBounds" />
          </mxGeometry>
        </mxCell>
        <mxCell id="zndUY75Ssu5RbvIsFqk3-229" parent="zndUY75Ssu5RbvIsFqk3-227" style="shape=partialRectangle;connectable=0;fillColor=none;top=0;left=0;bottom=0;right=0;align=left;spacingLeft=6;overflow=hidden;whiteSpace=wrap;html=1;" value="fot_decricao" vertex="1">
          <mxGeometry height="30" width="150" x="30" as="geometry">
            <mxRectangle height="30" width="150" as="alternateBounds" />
          </mxGeometry>
        </mxCell>
        <mxCell id="zndUY75Ssu5RbvIsFqk3-230" parent="zndUY75Ssu5RbvIsFqk3-208" style="shape=tableRow;horizontal=0;startSize=0;swimlaneHead=0;swimlaneBody=0;fillColor=none;collapsible=0;dropTarget=0;points=[[0,0.5],[1,0.5]];portConstraint=eastwest;top=0;left=0;right=0;bottom=0;" vertex="1">
          <mxGeometry height="30" width="180" y="150" as="geometry" />
        </mxCell>
        <mxCell id="zndUY75Ssu5RbvIsFqk3-231" parent="zndUY75Ssu5RbvIsFqk3-230" style="shape=partialRectangle;connectable=0;fillColor=none;top=0;left=0;bottom=0;right=0;editable=1;overflow=hidden;whiteSpace=wrap;html=1;" vertex="1">
          <mxGeometry height="30" width="30" as="geometry">
            <mxRectangle height="30" width="30" as="alternateBounds" />
          </mxGeometry>
        </mxCell>
        <mxCell id="zndUY75Ssu5RbvIsFqk3-232" parent="zndUY75Ssu5RbvIsFqk3-230" style="shape=partialRectangle;connectable=0;fillColor=none;top=0;left=0;bottom=0;right=0;align=left;spacingLeft=6;overflow=hidden;whiteSpace=wrap;html=1;" value="&lt;b&gt;fot_data_envio&lt;/b&gt;" vertex="1">
          <mxGeometry height="30" width="150" x="30" as="geometry">
            <mxRectangle height="30" width="150" as="alternateBounds" />
          </mxGeometry>
        </mxCell>
        <mxCell id="zndUY75Ssu5RbvIsFqk3-289" edge="1" parent="1" source="zndUY75Ssu5RbvIsFqk3-86" style="html=1;rounded=0;endArrow=ERone;endFill=0;strokeWidth=2;startArrow=ERmany;startFill=0;exitX=0;exitY=0.5;exitDx=0;exitDy=0;entryX=0;entryY=0.5;entryDx=0;entryDy=0;edgeStyle=elbowEdgeStyle;" target="zndUY75Ssu5RbvIsFqk3-117" value="">
          <mxGeometry relative="1" width="100" as="geometry">
            <Array as="points">
              <mxPoint x="85" y="-570" />
            </Array>
            <mxPoint x="395" y="-970" as="sourcePoint" />
            <mxPoint x="495" y="-970" as="targetPoint" />
          </mxGeometry>
        </mxCell>
        <mxCell id="zndUY75Ssu5RbvIsFqk3-290" edge="1" parent="1" source="zndUY75Ssu5RbvIsFqk3-83" style="html=1;rounded=0;endArrow=ERone;endFill=0;strokeWidth=2;startArrow=ERmany;startFill=0;exitX=0;exitY=0.5;exitDx=0;exitDy=0;entryX=0;entryY=0.5;entryDx=0;entryDy=0;edgeStyle=orthogonalEdgeStyle;" target="zndUY75Ssu5RbvIsFqk3-130" value="">
          <mxGeometry relative="1" width="100" as="geometry">
            <Array as="points">
              <mxPoint x="13" y="-688" />
              <mxPoint x="13" y="-1017" />
            </Array>
            <mxPoint x="455" y="-930" as="sourcePoint" />
            <mxPoint x="555" y="-930" as="targetPoint" />
          </mxGeometry>
        </mxCell>
        <mxCell id="zndUY75Ssu5RbvIsFqk3-291" edge="1" parent="1" source="zndUY75Ssu5RbvIsFqk3-146" style="html=1;rounded=0;endArrow=ERone;endFill=0;strokeWidth=2;startArrow=ERmany;startFill=0;entryX=1;entryY=0.5;entryDx=0;entryDy=0;edgeStyle=orthogonalEdgeStyle;elbow=vertical;exitX=0;exitY=0.5;exitDx=0;exitDy=0;" target="zndUY75Ssu5RbvIsFqk3-130" value="">
          <mxGeometry relative="1" width="100" as="geometry">
            <Array as="points">
              <mxPoint x="415" y="-825" />
              <mxPoint x="415" y="-938" />
              <mxPoint x="548" y="-938" />
              <mxPoint x="548" y="-1017" />
            </Array>
            <mxPoint x="505" y="-820" as="sourcePoint" />
            <mxPoint x="65" y="-170" as="targetPoint" />
          </mxGeometry>
        </mxCell>
        <mxCell id="zndUY75Ssu5RbvIsFqk3-293" edge="1" parent="1" source="zndUY75Ssu5RbvIsFqk3-177" style="html=1;rounded=0;endArrow=ERone;endFill=0;strokeWidth=2;startArrow=ERmany;startFill=0;exitX=1;exitY=0.5;exitDx=0;exitDy=0;entryX=1;entryY=0.5;entryDx=0;entryDy=0;edgeStyle=orthogonalEdgeStyle;" target="zndUY75Ssu5RbvIsFqk3-143" value="">
          <mxGeometry relative="1" width="100" as="geometry">
            <Array as="points">
              <mxPoint x="702" y="-433" />
              <mxPoint x="702" y="-855" />
            </Array>
            <mxPoint x="505" y="-450" as="sourcePoint" />
            <mxPoint x="605" y="-450" as="targetPoint" />
          </mxGeometry>
        </mxCell>
-         <mxCell id="zndUY75Ssu5RbvIsFqk3-294" edge="1" parent="1" source="zndUY75Ssu5RbvIsFqk3-149" style="html=1;rounded=0;endArrow=ERone;endFill=0;strokeWidth=2;startArrow=ERmany;startFill=0;exitX=0;exitY=0.5;exitDx=0;exitDy=0;entryX=1;entryY=0.5;entryDx=0;entryDy=0;edgeStyle=orthogonalEdgeStyle;" target="zndUY75Ssu5RbvIsFqk3-80" value="">
-           <mxGeometry relative="1" width="100" as="geometry">
-             <Array as="points">
-               <mxPoint x="375" y="-795" />
-               <mxPoint x="375" y="-825" />
-             </Array>
+         <mxCell id="zndUY75Ssu5RbvIsFqk3-294" edge="1" parent="1" source="zndUY75Ssu5RbvIsFqk3-149" style="html=1;rounded=0;endArrow=ERone;endFill=0;strokeWidth=2;startArrow=ERmany;startFill=0;exitX=0;exitY=0.5;exitDx=0;exitDy=0;edgeStyle=orthogonalEdgeStyle;entryX=1;entryY=0.5;entryDx=0;entryDy=0;" target="zndUY75Ssu5RbvIsFqk3-80" value="">
+           <mxGeometry relative="1" width="100" as="geometry">
            <mxPoint x="745" y="-700" as="sourcePoint" />
-             <mxPoint x="845" y="-700" as="targetPoint" />
-           </mxGeometry>
-         </mxCell>
-         <mxCell id="zndUY75Ssu5RbvIsFqk3-295" edge="1" parent="1" source="zndUY75Ssu5RbvIsFqk3-180" style="html=1;rounded=0;endArrow=ERone;endFill=0;strokeWidth=2;startArrow=ERmany;startFill=0;exitX=0;exitY=0.5;exitDx=0;exitDy=0;entryX=1;entryY=0.5;entryDx=0;entryDy=0;edgeStyle=orthogonalEdgeStyle;" target="zndUY75Ssu5RbvIsFqk3-80" value="">
-           <mxGeometry relative="1" width="100" as="geometry">
-             <Array as="points">
-               <mxPoint x="375" y="-403" />
-               <mxPoint x="375" y="-825" />
-             </Array>
+             <mxPoint x="368" y="-758" as="targetPoint" />
+           </mxGeometry>
+         </mxCell>
+         <mxCell id="zndUY75Ssu5RbvIsFqk3-295" edge="1" parent="1" source="zndUY75Ssu5RbvIsFqk3-180" style="html=1;rounded=0;endArrow=ERone;endFill=0;strokeWidth=2;startArrow=ERmany;startFill=0;exitX=0;exitY=0.5;exitDx=0;exitDy=0;edgeStyle=orthogonalEdgeStyle;entryX=1;entryY=0.5;entryDx=0;entryDy=0;" target="zndUY75Ssu5RbvIsFqk3-80" value="">
+           <mxGeometry relative="1" width="100" as="geometry">
            <mxPoint x="390" y="-540" as="sourcePoint" />
-             <mxPoint x="490" y="-540" as="targetPoint" />
+             <mxPoint x="382" y="-738" as="targetPoint" />
          </mxGeometry>
        </mxCell>
        <mxCell id="zndUY75Ssu5RbvIsFqk3-299" edge="1" parent="1" source="zndUY75Ssu5RbvIsFqk3-212" style="html=1;rounded=0;endArrow=ERone;endFill=0;strokeWidth=2;startArrow=ERmany;startFill=0;entryX=1;entryY=0.5;entryDx=0;entryDy=0;edgeStyle=orthogonalEdgeStyle;exitX=1;exitY=0.5;exitDx=0;exitDy=0;" target="zndUY75Ssu5RbvIsFqk3-143" value="">
          <mxGeometry relative="1" width="100" as="geometry">
            <Array as="points">
              <mxPoint x="740" y="-215" />
              <mxPoint x="740" y="-855" />
            </Array>
            <mxPoint x="735" y="-210" as="sourcePoint" />
            <mxPoint x="535" y="-220" as="targetPoint" />
          </mxGeometry>
        </mxCell>
        <mxCell id="UdN1vUUqeqcKqOA7NCHN-1" parent="1" style="shape=table;startSize=30;container=1;collapsible=1;childLayout=tableLayout;fixedRows=1;rowLines=0;fontStyle=1;align=center;resizeLast=1;html=1;fillColor=#d5e8d4;strokeColor=#82b366;" value="PERMISSOES" vertex="1">
          <mxGeometry height="90" width="180" x="135" y="-132" as="geometry" />
        </mxCell>
        <mxCell id="UdN1vUUqeqcKqOA7NCHN-2" parent="UdN1vUUqeqcKqOA7NCHN-1" style="shape=tableRow;horizontal=0;startSize=0;swimlaneHead=0;swimlaneBody=0;fillColor=none;collapsible=0;dropTarget=0;points=[[0,0.5],[1,0.5]];portConstraint=eastwest;top=0;left=0;right=0;bottom=1;" value="" vertex="1">
          <mxGeometry height="30" width="180" y="30" as="geometry" />
        </mxCell>
        <mxCell id="UdN1vUUqeqcKqOA7NCHN-3" parent="UdN1vUUqeqcKqOA7NCHN-2" style="shape=partialRectangle;connectable=0;fillColor=none;top=0;left=0;bottom=0;right=0;fontStyle=1;overflow=hidden;whiteSpace=wrap;html=1;" value="PK" vertex="1">
          <mxGeometry height="30" width="30" as="geometry">
            <mxRectangle height="30" width="30" as="alternateBounds" />
          </mxGeometry>
        </mxCell>
        <mxCell id="UdN1vUUqeqcKqOA7NCHN-4" parent="UdN1vUUqeqcKqOA7NCHN-2" style="shape=partialRectangle;connectable=0;fillColor=none;top=0;left=0;bottom=0;right=0;align=left;spacingLeft=6;fontStyle=5;overflow=hidden;whiteSpace=wrap;html=1;" value="prm_id" vertex="1">
          <mxGeometry height="30" width="150" x="30" as="geometry">
            <mxRectangle height="30" width="150" as="alternateBounds" />
          </mxGeometry>
        </mxCell>
        <mxCell id="UdN1vUUqeqcKqOA7NCHN-5" parent="UdN1vUUqeqcKqOA7NCHN-1" style="shape=tableRow;horizontal=0;startSize=0;swimlaneHead=0;swimlaneBody=0;fillColor=none;collapsible=0;dropTarget=0;points=[[0,0.5],[1,0.5]];portConstraint=eastwest;top=0;left=0;right=0;bottom=0;" value="" vertex="1">
          <mxGeometry height="30" width="180" y="60" as="geometry" />
        </mxCell>
        <mxCell id="UdN1vUUqeqcKqOA7NCHN-6" parent="UdN1vUUqeqcKqOA7NCHN-5" style="shape=partialRectangle;connectable=0;fillColor=none;top=0;left=0;bottom=0;right=0;editable=1;overflow=hidden;whiteSpace=wrap;html=1;" value="" vertex="1">
          <mxGeometry height="30" width="30" as="geometry">
            <mxRectangle height="30" width="30" as="alternateBounds" />
          </mxGeometry>
        </mxCell>
        <mxCell id="UdN1vUUqeqcKqOA7NCHN-7" parent="UdN1vUUqeqcKqOA7NCHN-5" style="shape=partialRectangle;connectable=0;fillColor=none;top=0;left=0;bottom=0;right=0;align=left;spacingLeft=6;overflow=hidden;whiteSpace=wrap;html=1;" value="&lt;b&gt;prm_nome&lt;/b&gt;" vertex="1">
          <mxGeometry height="30" width="150" x="30" as="geometry">
            <mxRectangle height="30" width="150" as="alternateBounds" />
          </mxGeometry>
        </mxCell>
        <mxCell id="UdN1vUUqeqcKqOA7NCHN-14" parent="1" style="shape=table;startSize=30;container=1;collapsible=1;childLayout=tableLayout;fixedRows=1;rowLines=0;fontStyle=1;align=center;resizeLast=1;html=1;whiteSpace=wrap;fillColor=#d5e8d4;strokeColor=#82b366;" value="CARGO_PERMISSOES" vertex="1">
          <mxGeometry height="180" width="180" x="135" y="-350" as="geometry" />
        </mxCell>
        <mxCell id="UdN1vUUqeqcKqOA7NCHN-15" parent="UdN1vUUqeqcKqOA7NCHN-14" style="shape=tableRow;horizontal=0;startSize=0;swimlaneHead=0;swimlaneBody=0;fillColor=none;collapsible=0;dropTarget=0;points=[[0,0.5],[1,0.5]];portConstraint=eastwest;top=0;left=0;right=0;bottom=0;html=1;" value="" vertex="1">
          <mxGeometry height="30" width="180" y="30" as="geometry" />
        </mxCell>
        <mxCell id="UdN1vUUqeqcKqOA7NCHN-16" parent="UdN1vUUqeqcKqOA7NCHN-15" style="shape=partialRectangle;connectable=0;fillColor=none;top=0;left=0;bottom=0;right=0;fontStyle=1;overflow=hidden;html=1;whiteSpace=wrap;" value="PK,FK" vertex="1">
          <mxGeometry height="30" width="60" as="geometry">
            <mxRectangle height="30" width="60" as="alternateBounds" />
          </mxGeometry>
        </mxCell>
        <mxCell id="UdN1vUUqeqcKqOA7NCHN-17" parent="UdN1vUUqeqcKqOA7NCHN-15" style="shape=partialRectangle;connectable=0;fillColor=none;top=0;left=0;bottom=0;right=0;align=left;spacingLeft=6;fontStyle=1;overflow=hidden;html=1;whiteSpace=wrap;" value="crg_id" vertex="1">
          <mxGeometry height="30" width="120" x="60" as="geometry">
            <mxRectangle height="30" width="120" as="alternateBounds" />
          </mxGeometry>
        </mxCell>
        <mxCell id="UdN1vUUqeqcKqOA7NCHN-18" parent="UdN1vUUqeqcKqOA7NCHN-14" style="shape=tableRow;horizontal=0;startSize=0;swimlaneHead=0;swimlaneBody=0;fillColor=none;collapsible=0;dropTarget=0;points=[[0,0.5],[1,0.5]];portConstraint=eastwest;top=0;left=0;right=0;bottom=1;html=1;" value="" vertex="1">
          <mxGeometry height="30" width="180" y="60" as="geometry" />
        </mxCell>
        <mxCell id="UdN1vUUqeqcKqOA7NCHN-19" parent="UdN1vUUqeqcKqOA7NCHN-18" style="shape=partialRectangle;connectable=0;fillColor=none;top=0;left=0;bottom=0;right=0;fontStyle=1;overflow=hidden;html=1;whiteSpace=wrap;" value="PK,FK" vertex="1">
          <mxGeometry height="30" width="60" as="geometry">
            <mxRectangle height="30" width="60" as="alternateBounds" />
          </mxGeometry>
        </mxCell>
        <mxCell id="UdN1vUUqeqcKqOA7NCHN-20" parent="UdN1vUUqeqcKqOA7NCHN-18" style="shape=partialRectangle;connectable=0;fillColor=none;top=0;left=0;bottom=0;right=0;align=left;spacingLeft=6;fontStyle=1;overflow=hidden;html=1;whiteSpace=wrap;" value="prm_id" vertex="1">
          <mxGeometry height="30" width="120" x="60" as="geometry">
            <mxRectangle height="30" width="120" as="alternateBounds" />
          </mxGeometry>
        </mxCell>
        <mxCell id="UdN1vUUqeqcKqOA7NCHN-21" parent="UdN1vUUqeqcKqOA7NCHN-14" style="shape=tableRow;horizontal=0;startSize=0;swimlaneHead=0;swimlaneBody=0;fillColor=none;collapsible=0;dropTarget=0;points=[[0,0.5],[1,0.5]];portConstraint=eastwest;top=0;left=0;right=0;bottom=0;html=1;" value="" vertex="1">
          <mxGeometry height="30" width="180" y="90" as="geometry" />
        </mxCell>
        <mxCell id="UdN1vUUqeqcKqOA7NCHN-22" parent="UdN1vUUqeqcKqOA7NCHN-21" style="shape=partialRectangle;connectable=0;fillColor=none;top=0;left=0;bottom=0;right=0;editable=1;overflow=hidden;html=1;whiteSpace=wrap;" value="" vertex="1">
          <mxGeometry height="30" width="60" as="geometry">
            <mxRectangle height="30" width="60" as="alternateBounds" />
          </mxGeometry>
        </mxCell>
        <mxCell id="UdN1vUUqeqcKqOA7NCHN-23" parent="UdN1vUUqeqcKqOA7NCHN-21" style="shape=partialRectangle;connectable=0;fillColor=none;top=0;left=0;bottom=0;right=0;align=left;spacingLeft=6;overflow=hidden;html=1;whiteSpace=wrap;" value="&lt;b&gt;cgr_prm_cadastrar&lt;/b&gt;" vertex="1">
          <mxGeometry height="30" width="120" x="60" as="geometry">
            <mxRectangle height="30" width="120" as="alternateBounds" />
          </mxGeometry>
        </mxCell>
        <mxCell id="UdN1vUUqeqcKqOA7NCHN-24" parent="UdN1vUUqeqcKqOA7NCHN-14" style="shape=tableRow;horizontal=0;startSize=0;swimlaneHead=0;swimlaneBody=0;fillColor=none;collapsible=0;dropTarget=0;points=[[0,0.5],[1,0.5]];portConstraint=eastwest;top=0;left=0;right=0;bottom=0;html=1;" value="" vertex="1">
          <mxGeometry height="30" width="180" y="120" as="geometry" />
        </mxCell>
        <mxCell id="UdN1vUUqeqcKqOA7NCHN-25" parent="UdN1vUUqeqcKqOA7NCHN-24" style="shape=partialRectangle;connectable=0;fillColor=none;top=0;left=0;bottom=0;right=0;editable=1;overflow=hidden;html=1;whiteSpace=wrap;" value="" vertex="1">
          <mxGeometry height="30" width="60" as="geometry">
            <mxRectangle height="30" width="60" as="alternateBounds" />
          </mxGeometry>
        </mxCell>
        <mxCell id="UdN1vUUqeqcKqOA7NCHN-26" parent="UdN1vUUqeqcKqOA7NCHN-24" style="shape=partialRectangle;connectable=0;fillColor=none;top=0;left=0;bottom=0;right=0;align=left;spacingLeft=6;overflow=hidden;html=1;whiteSpace=wrap;" value="&lt;b&gt;cgr_prm_editar&lt;/b&gt;" vertex="1">
          <mxGeometry height="30" width="120" x="60" as="geometry">
            <mxRectangle height="30" width="120" as="alternateBounds" />
          </mxGeometry>
        </mxCell>
        <mxCell id="UdN1vUUqeqcKqOA7NCHN-27" parent="UdN1vUUqeqcKqOA7NCHN-14" style="shape=tableRow;horizontal=0;startSize=0;swimlaneHead=0;swimlaneBody=0;fillColor=none;collapsible=0;dropTarget=0;points=[[0,0.5],[1,0.5]];portConstraint=eastwest;top=0;left=0;right=0;bottom=0;" value="" vertex="1">
          <mxGeometry height="30" width="180" y="150" as="geometry" />
        </mxCell>
        <mxCell id="UdN1vUUqeqcKqOA7NCHN-28" parent="UdN1vUUqeqcKqOA7NCHN-27" style="shape=partialRectangle;connectable=0;fillColor=none;top=0;left=0;bottom=0;right=0;editable=1;overflow=hidden;" value="" vertex="1">
          <mxGeometry height="30" width="60" as="geometry">
            <mxRectangle height="30" width="60" as="alternateBounds" />
          </mxGeometry>
        </mxCell>
        <mxCell id="UdN1vUUqeqcKqOA7NCHN-29" parent="UdN1vUUqeqcKqOA7NCHN-27" style="shape=partialRectangle;connectable=0;fillColor=none;top=0;left=0;bottom=0;right=0;align=left;spacingLeft=6;overflow=hidden;fontStyle=1" value="cgr_prm_consultar" vertex="1">
          <mxGeometry height="30" width="120" x="60" as="geometry">
            <mxRectangle height="30" width="120" as="alternateBounds" />
          </mxGeometry>
        </mxCell>
        <mxCell id="UdN1vUUqeqcKqOA7NCHN-33" edge="1" parent="1" source="UdN1vUUqeqcKqOA7NCHN-15" style="html=1;rounded=0;endArrow=ERone;endFill=0;strokeWidth=2;startArrow=ERmany;startFill=0;exitX=0;exitY=0.5;exitDx=0;exitDy=0;entryX=0;entryY=0.5;entryDx=0;entryDy=0;edgeStyle=elbowEdgeStyle;" target="zndUY75Ssu5RbvIsFqk3-117" value="">
          <mxGeometry relative="1" width="100" as="geometry">
            <Array as="points">
              <mxPoint x="85" y="-440" />
            </Array>
            <mxPoint x="25" y="-550" as="sourcePoint" />
            <mxPoint x="25" y="-310" as="targetPoint" />
          </mxGeometry>
        </mxCell>
        <mxCell id="UdN1vUUqeqcKqOA7NCHN-34" edge="1" parent="1" source="UdN1vUUqeqcKqOA7NCHN-18" style="html=1;rounded=0;endArrow=ERone;endFill=0;strokeWidth=2;startArrow=ERmany;startFill=0;exitX=0;exitY=0.5;exitDx=0;exitDy=0;entryX=0;entryY=0.5;entryDx=0;entryDy=0;edgeStyle=elbowEdgeStyle;" target="UdN1vUUqeqcKqOA7NCHN-2" value="">
          <mxGeometry relative="1" width="100" as="geometry">
            <Array as="points">
              <mxPoint x="85" y="-250" />
            </Array>
            <mxPoint x="105" y="-140" as="sourcePoint" />
            <mxPoint x="105" y="-290" as="targetPoint" />
          </mxGeometry>
        </mxCell>
        <mxCell id="9FXh7WsK_UZDlUJblIWK-1" parent="1" style="shape=table;startSize=30;container=1;collapsible=1;childLayout=tableLayout;fixedRows=1;rowLines=0;fontStyle=1;align=center;resizeLast=1;html=1;fillColor=#d5e8d4;strokeColor=#82b366;" value="USUARIOS" vertex="1">
          <mxGeometry height="180" width="180" x="102" y="-972" as="geometry" />
        </mxCell>
        <mxCell id="9FXh7WsK_UZDlUJblIWK-2" parent="9FXh7WsK_UZDlUJblIWK-1" style="shape=tableRow;horizontal=0;startSize=0;swimlaneHead=0;swimlaneBody=0;fillColor=none;collapsible=0;dropTarget=0;points=[[0,0.5],[1,0.5]];portConstraint=eastwest;top=0;left=0;right=0;bottom=1;" value="" vertex="1">
          <mxGeometry height="30" width="180" y="30" as="geometry" />
        </mxCell>
        <mxCell id="9FXh7WsK_UZDlUJblIWK-3" parent="9FXh7WsK_UZDlUJblIWK-2" style="shape=partialRectangle;connectable=0;fillColor=none;top=0;left=0;bottom=0;right=0;fontStyle=1;overflow=hidden;whiteSpace=wrap;html=1;" value="PK" vertex="1">
          <mxGeometry height="30" width="30" as="geometry">
            <mxRectangle height="30" width="30" as="alternateBounds" />
          </mxGeometry>
        </mxCell>
        <mxCell id="9FXh7WsK_UZDlUJblIWK-4" parent="9FXh7WsK_UZDlUJblIWK-2" style="shape=partialRectangle;connectable=0;fillColor=none;top=0;left=0;bottom=0;right=0;align=left;spacingLeft=6;fontStyle=5;overflow=hidden;whiteSpace=wrap;html=1;" value="usu_id" vertex="1">
          <mxGeometry height="30" width="150" x="30" as="geometry">
            <mxRectangle height="30" width="150" as="alternateBounds" />
          </mxGeometry>
        </mxCell>
        <mxCell id="9FXh7WsK_UZDlUJblIWK-5" parent="9FXh7WsK_UZDlUJblIWK-1" style="shape=tableRow;horizontal=0;startSize=0;swimlaneHead=0;swimlaneBody=0;fillColor=none;collapsible=0;dropTarget=0;points=[[0,0.5],[1,0.5]];portConstraint=eastwest;top=0;left=0;right=0;bottom=0;" value="" vertex="1">
          <mxGeometry height="30" width="180" y="60" as="geometry" />
        </mxCell>
        <mxCell id="9FXh7WsK_UZDlUJblIWK-6" parent="9FXh7WsK_UZDlUJblIWK-5" style="shape=partialRectangle;connectable=0;fillColor=none;top=0;left=0;bottom=0;right=0;editable=1;overflow=hidden;whiteSpace=wrap;html=1;" value="&lt;b&gt;FK&lt;/b&gt;" vertex="1">
          <mxGeometry height="30" width="30" as="geometry">
            <mxRectangle height="30" width="30" as="alternateBounds" />
          </mxGeometry>
        </mxCell>
        <mxCell id="9FXh7WsK_UZDlUJblIWK-7" parent="9FXh7WsK_UZDlUJblIWK-5" style="shape=partialRectangle;connectable=0;fillColor=none;top=0;left=0;bottom=0;right=0;align=left;spacingLeft=6;overflow=hidden;whiteSpace=wrap;html=1;" value="&lt;span style=&quot;font-weight: 700;&quot;&gt;usu_func_id&lt;/span&gt;" vertex="1">
          <mxGeometry height="30" width="150" x="30" as="geometry">
            <mxRectangle height="30" width="150" as="alternateBounds" />
          </mxGeometry>
        </mxCell>
        <mxCell id="9FXh7WsK_UZDlUJblIWK-8" parent="9FXh7WsK_UZDlUJblIWK-1" style="shape=tableRow;horizontal=0;startSize=0;swimlaneHead=0;swimlaneBody=0;fillColor=none;collapsible=0;dropTarget=0;points=[[0,0.5],[1,0.5]];portConstraint=eastwest;top=0;left=0;right=0;bottom=0;" value="" vertex="1">
          <mxGeometry height="30" width="180" y="90" as="geometry" />
        </mxCell>
        <mxCell id="9FXh7WsK_UZDlUJblIWK-9" parent="9FXh7WsK_UZDlUJblIWK-8" style="shape=partialRectangle;connectable=0;fillColor=none;top=0;left=0;bottom=0;right=0;editable=1;overflow=hidden;whiteSpace=wrap;html=1;" value="" vertex="1">
          <mxGeometry height="30" width="30" as="geometry">
            <mxRectangle height="30" width="30" as="alternateBounds" />
          </mxGeometry>
        </mxCell>
        <mxCell id="9FXh7WsK_UZDlUJblIWK-10" parent="9FXh7WsK_UZDlUJblIWK-8" style="shape=partialRectangle;connectable=0;fillColor=none;top=0;left=0;bottom=0;right=0;align=left;spacingLeft=6;overflow=hidden;whiteSpace=wrap;html=1;" value="&lt;span style=&quot;font-weight: 700;&quot;&gt;usu_login&lt;/span&gt;" vertex="1">
          <mxGeometry height="30" width="150" x="30" as="geometry">
            <mxRectangle height="30" width="150" as="alternateBounds" />
          </mxGeometry>
        </mxCell>
        <mxCell id="9FXh7WsK_UZDlUJblIWK-21" parent="9FXh7WsK_UZDlUJblIWK-1" style="shape=tableRow;horizontal=0;startSize=0;swimlaneHead=0;swimlaneBody=0;fillColor=none;collapsible=0;dropTarget=0;points=[[0,0.5],[1,0.5]];portConstraint=eastwest;top=0;left=0;right=0;bottom=0;" value="" vertex="1">
          <mxGeometry height="30" width="180" y="120" as="geometry" />
        </mxCell>
        <mxCell id="9FXh7WsK_UZDlUJblIWK-22" parent="9FXh7WsK_UZDlUJblIWK-21" style="shape=partialRectangle;connectable=0;fillColor=none;top=0;left=0;bottom=0;right=0;editable=1;overflow=hidden;whiteSpace=wrap;html=1;" value="" vertex="1">
          <mxGeometry height="30" width="30" as="geometry">
            <mxRectangle height="30" width="30" as="alternateBounds" />
          </mxGeometry>
        </mxCell>
        <mxCell id="9FXh7WsK_UZDlUJblIWK-23" parent="9FXh7WsK_UZDlUJblIWK-21" style="shape=partialRectangle;connectable=0;fillColor=none;top=0;left=0;bottom=0;right=0;align=left;spacingLeft=6;overflow=hidden;whiteSpace=wrap;html=1;" value="&lt;span style=&quot;font-weight: 700;&quot;&gt;usu_senha&lt;/span&gt;" vertex="1">
          <mxGeometry height="30" width="150" x="30" as="geometry">
            <mxRectangle height="30" width="150" as="alternateBounds" />
          </mxGeometry>
        </mxCell>
        <mxCell id="9FXh7WsK_UZDlUJblIWK-24" parent="9FXh7WsK_UZDlUJblIWK-1" style="shape=tableRow;horizontal=0;startSize=0;swimlaneHead=0;swimlaneBody=0;fillColor=none;collapsible=0;dropTarget=0;points=[[0,0.5],[1,0.5]];portConstraint=eastwest;top=0;left=0;right=0;bottom=0;" value="" vertex="1">
          <mxGeometry height="30" width="180" y="150" as="geometry" />
        </mxCell>
        <mxCell id="9FXh7WsK_UZDlUJblIWK-25" parent="9FXh7WsK_UZDlUJblIWK-24" style="shape=partialRectangle;connectable=0;fillColor=none;top=0;left=0;bottom=0;right=0;editable=1;overflow=hidden;whiteSpace=wrap;html=1;" value="" vertex="1">
          <mxGeometry height="30" width="30" as="geometry">
            <mxRectangle height="30" width="30" as="alternateBounds" />
          </mxGeometry>
        </mxCell>
        <mxCell id="9FXh7WsK_UZDlUJblIWK-26" parent="9FXh7WsK_UZDlUJblIWK-24" style="shape=partialRectangle;connectable=0;fillColor=none;top=0;left=0;bottom=0;right=0;align=left;spacingLeft=6;overflow=hidden;whiteSpace=wrap;html=1;" value="&lt;span style=&quot;font-weight: 700;&quot;&gt;usu_ativo&lt;/span&gt;" vertex="1">
          <mxGeometry height="30" width="150" x="30" as="geometry">
            <mxRectangle height="30" width="150" as="alternateBounds" />
          </mxGeometry>
        </mxCell>
        <mxCell id="9FXh7WsK_UZDlUJblIWK-27" edge="1" parent="1" source="zndUY75Ssu5RbvIsFqk3-80" style="html=1;rounded=0;endArrow=ERone;endFill=0;strokeWidth=2;startArrow=ERone;startFill=0;edgeStyle=orthogonalEdgeStyle;elbow=vertical;exitX=0;exitY=0.5;exitDx=0;exitDy=0;entryX=0;entryY=0.5;entryDx=0;entryDy=0;" target="9FXh7WsK_UZDlUJblIWK-5" value="">
          <mxGeometry relative="1" width="100" as="geometry">
            <Array as="points">
              <mxPoint x="41" y="-718" />
              <mxPoint x="41" y="-897" />
            </Array>
            <mxPoint x="112" y="-836" as="sourcePoint" />
            <mxPoint x="27" y="-1041" as="targetPoint" />
          </mxGeometry>
        </mxCell>
      </root>
    </mxGraphModel>
  </diagram>
</mxfile>
